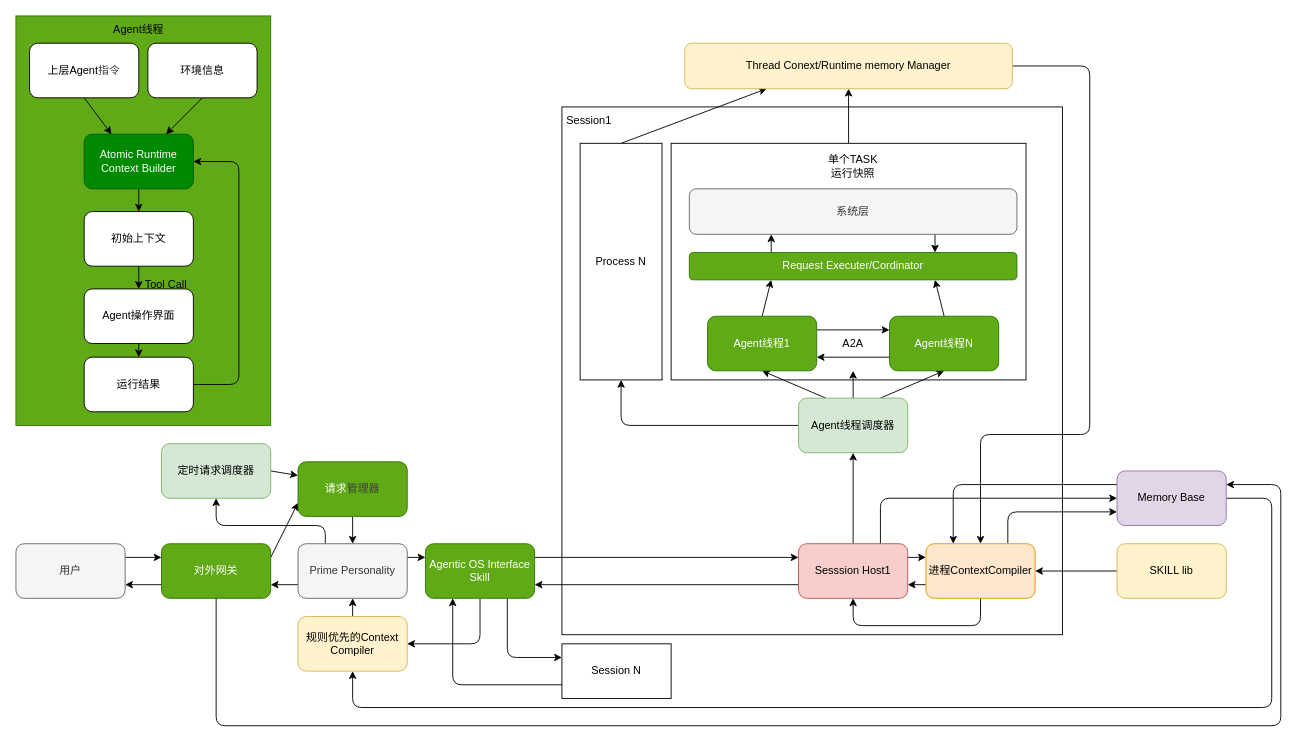
This is schema/schema.drawio from eziothean-git/proclaw-agent-kernel, a draw.io file, before an edit. Source tidied: cells renumbered, new cells numbered last; positions are measured from the earlier drawing's top-left corner, leaving out a move shared by most shapes. Both pictures are drawn from the tidied source at 91%, with x=0, y=0 at pixel (15, 15).
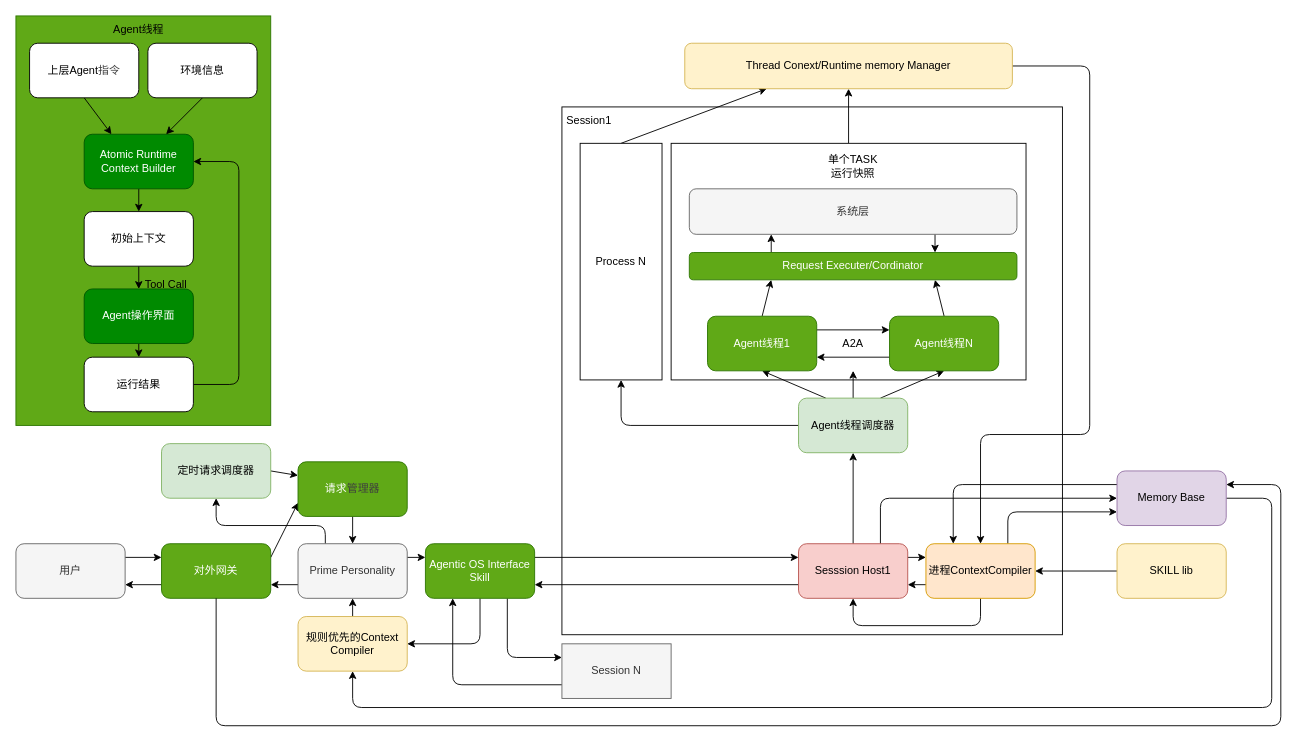
The same diagram, later.

What changed in the source:
```diff
@@
-    <mxCell id="46" value="Session N" style="rounded=0;whiteSpace=wrap;html=1;" parent="1" vertex="1">
+    <mxCell id="46" value="Session N" style="rounded=0;whiteSpace=wrap;html=1;fillColor=#f5f5f5;fontColor=#333333;strokeColor=#666666;" parent="1" vertex="1">
       <mxGeometry x="600" y="690" width="120" height="60" as="geometry" />
     </mxCell>
@@
-    <mxCell id="73" value="Agent操作界面" style="rounded=1;whiteSpace=wrap;html=1;" parent="1" vertex="1">
+    <mxCell id="73" value="Agent操作界面" style="rounded=1;whiteSpace=wrap;html=1;fillColor=#008a00;fontColor=#ffffff;strokeColor=#005700;" parent="1" vertex="1">
       <mxGeometry x="75" y="300" width="120" height="60" as="geometry" />
     </mxCell>
```
